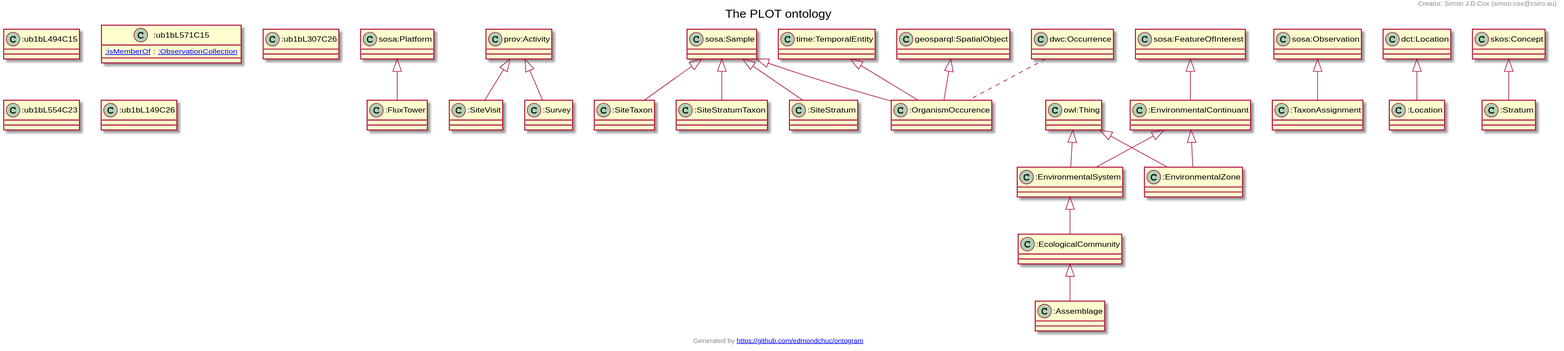
This is docs/tern-plot.ttl.txt.svg from edmondchuc/ontology_tern-plot, a PlantUML export, as it was before one commit.
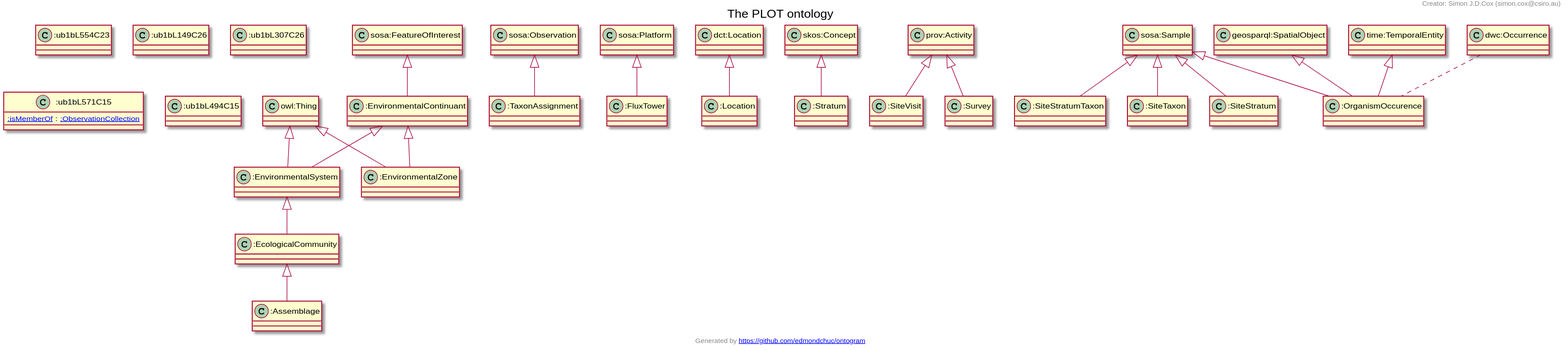
The same file after the commit.

Diff of the diagram source:
```diff
@@ -1,64 +1,64 @@
 @startuml
 title The PLOT ontology
+":EnvironmentalContinuant" <|-- ":EnvironmentalSystem"
+"owl:Thing" <|-- ":EnvironmentalSystem"
+"sosa:Observation" <|-- ":TaxonAssignment"
 "sosa:Platform" <|-- ":FluxTower"
+"dct:Location" <|-- ":Location"
+"skos:Concept" <|-- ":Stratum"
 "prov:Activity" <|-- ":SiteVisit"
+"sosa:Sample" <|-- ":SiteStratumTaxon"
 "sosa:Sample" <|-- ":SiteTaxon"
+":EcologicalCommunity" <|-- ":Assemblage"
 "prov:Activity" <|-- ":Survey"
-"owl:Thing" <|-- ":EnvironmentalSystem"
-":EnvironmentalContinuant" <|-- ":EnvironmentalSystem"
-"sosa:Sample" <|-- ":OrganismOccurence"
-"time:TemporalEntity" <|-- ":OrganismOccurence"
-"geosparql:SpatialObject" <|-- ":OrganismOccurence"
-"sosa:Sample" <|-- ":SiteStratumTaxon"
 ":EnvironmentalContinuant" <|-- ":EnvironmentalZone"
 "owl:Thing" <|-- ":EnvironmentalZone"
-"sosa:Observation" <|-- ":TaxonAssignment"
-":EcologicalCommunity" <|-- ":Assemblage"
-"dct:Location" <|-- ":Location"
 "sosa:Sample" <|-- ":SiteStratum"
+"sosa:Sample" <|-- ":OrganismOccurence"
+"geosparql:SpatialObject" <|-- ":OrganismOccurence"
+"time:TemporalEntity" <|-- ":OrganismOccurence"
+"sosa:FeatureOfInterest" <|-- ":EnvironmentalContinuant"
 ":EnvironmentalSystem" <|-- ":EcologicalCommunity"
-"skos:Concept" <|-- ":Stratum"
-"sosa:FeatureOfInterest" <|-- ":EnvironmentalContinuant"
-Class ":ub1bL494C15" [[ub1bL494C15]] {
-}
-Class ":FluxTower" [[http://linked.data.gov.au/def/plot/x/FluxTower]] {
-}
-Class ":ub1bL571C15" [[ub1bL571C15]] {
-[[http://www.w3.org/ns/ssn/ext/isMemberOf :isMemberOf]] : [[http://www.w3.org/ns/ssn/ext/ObservationCollection :ObservationCollection]]
-}
-Class ":SiteVisit" [[http://linked.data.gov.au/def/plot/SiteVisit]] {
-}
-Class ":SiteTaxon" [[http://linked.data.gov.au/def/plot/SiteTaxon]] {
-}
-Class ":Survey" [[http://linked.data.gov.au/def/plot/x/Survey]] {
-}
-Class ":ub1bL307C26" [[ub1bL307C26]] {
-}
 Class ":EnvironmentalSystem" [[http://linked.data.gov.au/def/plot/x/EnvironmentalSystem]] {
-}
-Class ":OrganismOccurence" [[http://linked.data.gov.au/def/plot/OrganismOccurence]] {
-}
-Class ":SiteStratumTaxon" [[http://linked.data.gov.au/def/plot/SiteStratumTaxon]] {
-}
-Class ":EnvironmentalZone" [[http://linked.data.gov.au/def/plot/x/EnvironmentalZone]] {
 }
 Class ":ub1bL554C23" [[ub1bL554C23]] {
 }
 Class ":ub1bL149C26" [[ub1bL149C26]] {
 }
+Class ":ub1bL307C26" [[ub1bL307C26]] {
+}
 Class ":TaxonAssignment" [[http://linked.data.gov.au/def/plot/x/TaxonAssignment]] {
+}
+Class ":FluxTower" [[http://linked.data.gov.au/def/plot/x/FluxTower]] {
+}
+Class ":Location" [[http://linked.data.gov.au/def/plot/Location]] {
+}
+Class ":Stratum" [[http://linked.data.gov.au/def/plot/Stratum]] {
+}
+Class ":SiteVisit" [[http://linked.data.gov.au/def/plot/SiteVisit]] {
+}
+Class ":SiteStratumTaxon" [[http://linked.data.gov.au/def/plot/SiteStratumTaxon]] {
+}
+Class ":SiteTaxon" [[http://linked.data.gov.au/def/plot/SiteTaxon]] {
 }
 Class ":Assemblage" [[http://linked.data.gov.au/def/plot/x/Assemblage]] {
 }
-Class ":Location" [[http://linked.data.gov.au/def/plot/Location]] {
+Class ":Survey" [[http://linked.data.gov.au/def/plot/x/Survey]] {
+}
+Class ":EnvironmentalZone" [[http://linked.data.gov.au/def/plot/x/EnvironmentalZone]] {
 }
 Class ":SiteStratum" [[http://linked.data.gov.au/def/plot/SiteStratum]] {
 }
-Class ":EcologicalCommunity" [[http://linked.data.gov.au/def/plot/x/EcologicalCommunity]] {
+Class ":OrganismOccurence" [[http://linked.data.gov.au/def/plot/OrganismOccurence]] {
 }
-Class ":Stratum" [[http://linked.data.gov.au/def/plot/Stratum]] {
+Class ":ub1bL571C15" [[ub1bL571C15]] {
+[[http://www.w3.org/ns/ssn/ext/isMemberOf :isMemberOf]] : [[http://www.w3.org/ns/ssn/ext/ObservationCollection :ObservationCollection]]
 }
 Class ":EnvironmentalContinuant" [[http://linked.data.gov.au/def/plot/x/EnvironmentalContinuant]] {
+}
+Class ":ub1bL494C15" [[ub1bL494C15]] {
+}
+Class ":EcologicalCommunity" [[http://linked.data.gov.au/def/plot/x/EcologicalCommunity]] {
 }
 "dwc:Occurrence" .. ":OrganismOccurence"
 header
```
